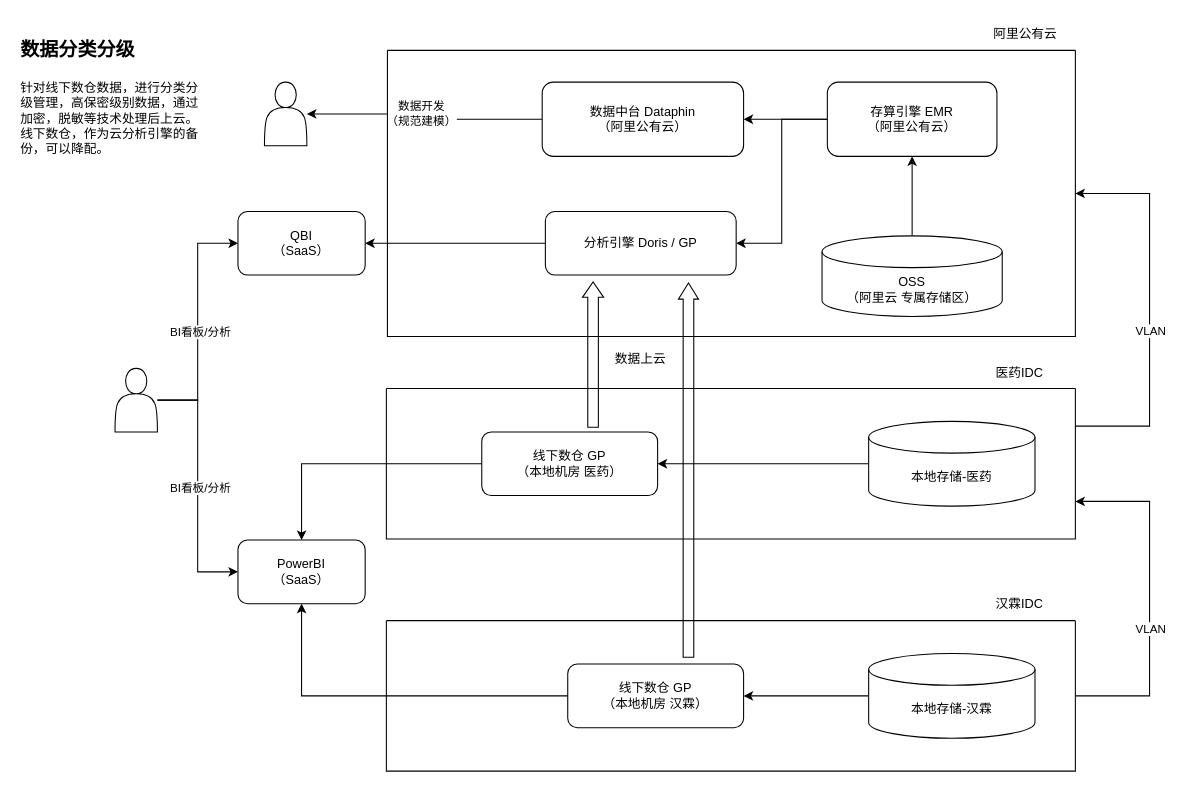
Above: public/医药数据中台及BI.drawio in leestar991/agi-proxy (draw.io), before the change. Source tidied: cells renumbered, new cells numbered last; positions are measured from the earlier drawing's top-left corner, leaving out a move shared by most shapes. Both pictures are drawn from the tidied source at 106%, with x=0, y=0 at pixel (18, 18).
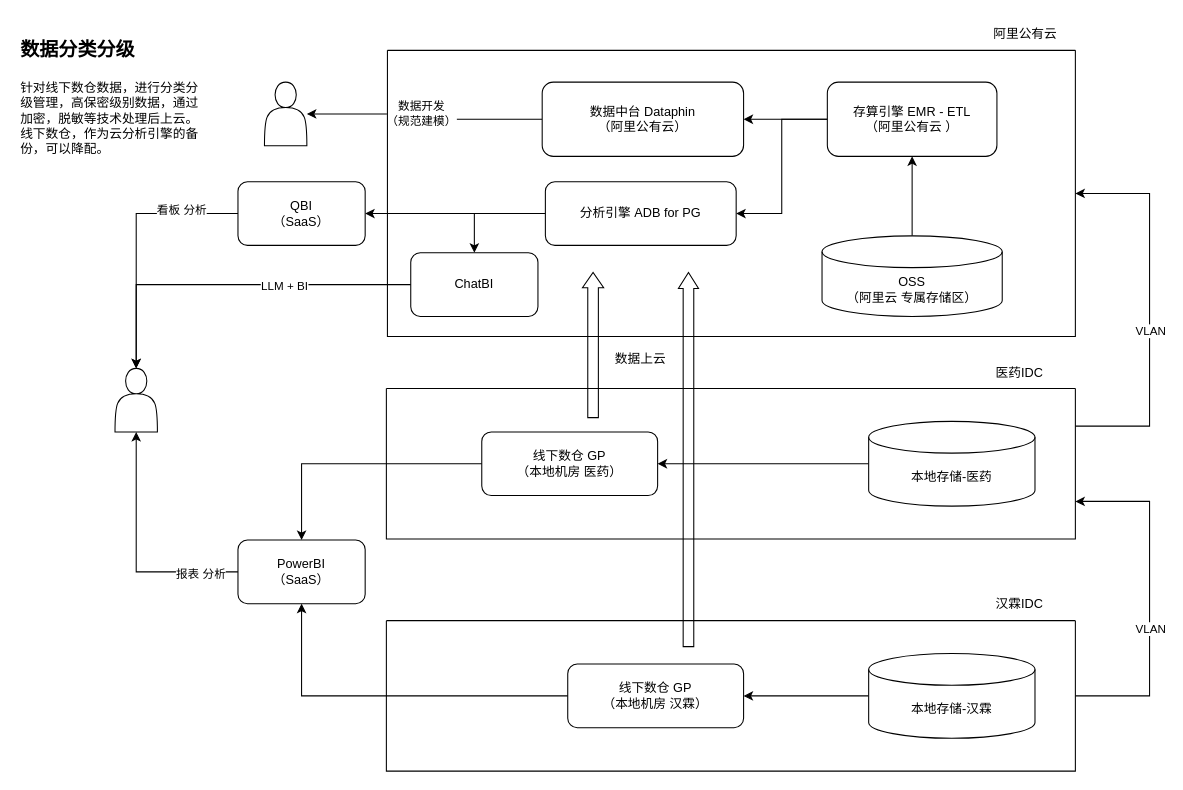
The same diagram, later.

Commit message:
更新医药数据中台及BI.drawio

The change refers to these unchanged cells:
```xml
<mxCell id="18" style="shape=actor;whiteSpace=wrap;html=1;" parent="1" vertex="1">
  <mxGeometry x="91" y="330" width="40" height="60" as="geometry" />
</mxCell>
<mxCell id="19" value="PowerBI&lt;div&gt;（SaaS）&lt;/div&gt;" style="rounded=1;whiteSpace=wrap;html=1;" parent="1" vertex="1">
  <mxGeometry x="207" y="492" width="120" height="60" as="geometry" />
</mxCell>
<mxCell id="20" style="group;" parent="1" vertex="1">
  <mxGeometry x="347" y="320" width="650" height="171" as="geometry" />
</mxCell>
<mxCell id="33" style="swimlane;startSize=0;" parent="1" vertex="1">
  <mxGeometry x="348" y="30" width="649" height="270" as="geometry" />
</mxCell>
```

The edit, as a diff of the source:
```diff
@@
-    <mxCell id="7" value="存算引擎&amp;nbsp;&lt;span style=&quot;background-color: initial;&quot;&gt;EMR&lt;/span&gt;&lt;div&gt;&lt;span style=&quot;background-color: initial;&quot;&gt;（阿里公有云）&lt;/span&gt;&lt;/div&gt;" style="rounded=1;whiteSpace=wrap;html=1;" parent="1" vertex="1">
+    <mxCell id="7" value="存算引擎&amp;nbsp;&lt;span style=&quot;background-color: initial;&quot;&gt;EMR - ETL&lt;/span&gt;&lt;div&gt;&lt;span style=&quot;background-color: initial;&quot;&gt;（阿里公有云 ）&lt;/span&gt;&lt;/div&gt;" style="rounded=1;whiteSpace=wrap;html=1;" parent="1" vertex="1">
       <mxGeometry x="763" y="60" width="160" height="70" as="geometry" />
     </mxCell>
@@
+    <mxCell id="44" style="edgeStyle=orthogonalEdgeStyle;rounded=0;jettySize=auto;html=1;entryX=0.5;entryY=0;entryDx=0;entryDy=0;" parent="1" edge="1" source="12" target="49">
+      <mxGeometry relative="1" as="geometry" />
+    </mxCell>
-    <mxCell id="12" value="分析引擎 Doris / GP" style="rounded=1;whiteSpace=wrap;html=1;" parent="1" vertex="1">
-      <mxGeometry x="497" y="182" width="180" height="60" as="geometry" />
+    <mxCell id="12" value="分析引擎 ADB for PG" style="rounded=1;whiteSpace=wrap;html=1;" parent="1" vertex="1">
+      <mxGeometry x="497" y="154" width="180" height="60" as="geometry" />
     </mxCell>
+    <mxCell id="45" style="edgeStyle=orthogonalEdgeStyle;rounded=0;jettySize=auto;html=1;entryX=0.5;entryY=0;entryDx=0;entryDy=0;" parent="1" edge="1" source="13" target="18">
+      <mxGeometry relative="1" as="geometry" />
+    </mxCell>
+    <mxCell id="46" value="看板 分析" style="edgeLabel;html=1;align=center;verticalAlign=middle;" parent="45" vertex="1">
+      <mxGeometry x="-0.55" y="-4" relative="1" as="geometry" />
+    </mxCell>
     <mxCell id="13" value="QBI&lt;div&gt;（SaaS）&lt;/div&gt;" style="rounded=1;whiteSpace=wrap;html=1;" parent="1" vertex="1">
-      <mxGeometry x="207" y="182" width="120" height="60" as="geometry" />
+      <mxGeometry x="207" y="154" width="120" height="60" as="geometry" />
     </mxCell>
-    <mxCell id="14" style="edgeStyle=orthogonalEdgeStyle;rounded=0;jettySize=auto;html=1;entryX=0;entryY=0.5;entryDx=0;entryDy=0;" parent="1" edge="1" source="18" target="13">
-      <mxGeometry relative="1" as="geometry" />
-    </mxCell>
-    <mxCell id="15" value="&amp;nbsp;BI看板/分析" style="edgeLabel;html=1;align=center;verticalAlign=middle;" parent="14" vertex="1">
-      <mxGeometry x="-0.07" relative="1" as="geometry">
-        <mxPoint y="1" as="offset" />
-      </mxGeometry>
-    </mxCell>
-    <mxCell id="16" style="edgeStyle=orthogonalEdgeStyle;rounded=0;jettySize=auto;html=1;entryX=0;entryY=0.5;entryDx=0;entryDy=0;" parent="1" edge="1" source="18" target="19">
-      <mxGeometry relative="1" as="geometry" />
-    </mxCell>
-    <mxCell id="17" value="&amp;nbsp;BI看板/分析" style="edgeLabel;html=1;align=center;verticalAlign=middle;" parent="16" vertex="1">
-      <mxGeometry x="0.01" relative="1" as="geometry" />
-    </mxCell>
@@
+    <mxCell id="47" style="edgeStyle=orthogonalEdgeStyle;rounded=0;jettySize=auto;html=1;entryX=0.5;entryY=1;entryDx=0;entryDy=0;" parent="1" edge="1" source="19" target="18">
+      <mxGeometry relative="1" as="geometry" />
+    </mxCell>
+    <mxCell id="48" value="报表 分析" style="edgeLabel;html=1;align=center;verticalAlign=middle;" parent="47" vertex="1">
+      <mxGeometry x="-0.68" y="1" relative="1" as="geometry" />
+    </mxCell>
@@
     <mxCell id="26" style="shape=flexArrow;endArrow=classic;html=1;rounded=0;endWidth=9;endSize=4.5;entryX=0.25;entryY=1;entryDx=0;entryDy=0;" parent="20" edge="1">
       <mxGeometry relative="1" as="geometry">
-        <mxPoint x="195" y="66" as="sourcePoint" />
-        <mxPoint x="195" y="-72" as="targetPoint" />
+        <mxPoint x="195" y="57" as="sourcePoint" />
+        <mxPoint x="195" y="-81" as="targetPoint" />
       </mxGeometry>
     </mxCell>
@@
+    <mxCell id="49" value="ChatBI" style="rounded=1;whiteSpace=wrap;html=1;" parent="33" vertex="1">
+      <mxGeometry x="22" y="191" width="120" height="60" as="geometry" />
+    </mxCell>
@@
     <mxCell id="41" style="shape=flexArrow;endArrow=classic;html=1;rounded=0;endWidth=8;endSize=4.73;entryX=0.75;entryY=1;entryDx=0;entryDy=0;" parent="1" edge="1">
       <mxGeometry relative="1" as="geometry">
-        <mxPoint x="632" y="603" as="sourcePoint" />
-        <mxPoint x="632" y="249" as="targetPoint" />
+        <mxPoint x="632" y="593" as="sourcePoint" />
+        <mxPoint x="632" y="239" as="targetPoint" />
       </mxGeometry>
     </mxCell>
@@
+    <mxCell id="50" style="edgeStyle=orthogonalEdgeStyle;rounded=0;jettySize=auto;html=1;" parent="1" edge="1" source="49" target="18">
+      <mxGeometry relative="1" as="geometry" />
+    </mxCell>
+    <mxCell id="51" value="LLM + BI" style="edgeLabel;html=1;align=center;verticalAlign=middle;" parent="50" vertex="1">
+      <mxGeometry x="-0.29" y="1" relative="1" as="geometry" />
+    </mxCell>
```
